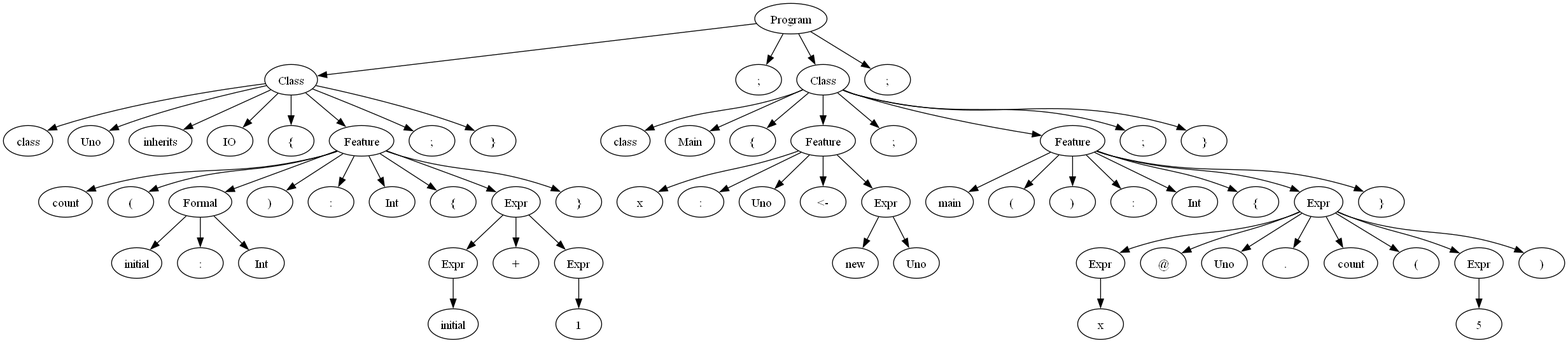
Earlier version of the Graphviz export output.gv.png (Manuel-Archila/Proyecto0_CC). Its source is kept beside it as output.gv.
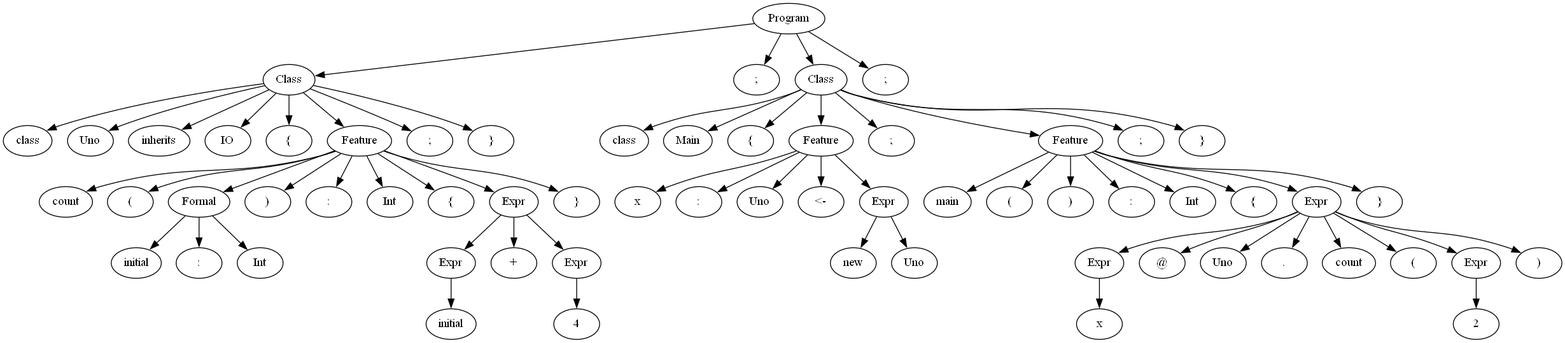
After the commit.

Diff of the diagram source:
```diff
@@ -45,7 +45,7 @@
 	18 -> 22
 	22 [label=Expr]
 	22 -> 23
-	23 [label=1]
+	23 [label=4]
 	7 -> 24
 	24 [label="}"]
 	1 -> 25
@@ -113,7 +113,7 @@
 	48 -> 56
 	56 [label=Expr]
 	56 -> 57
-	57 [label=5]
+	57 [label=2]
 	48 -> 58
 	58 [label=")"]
 	41 -> 59
```
